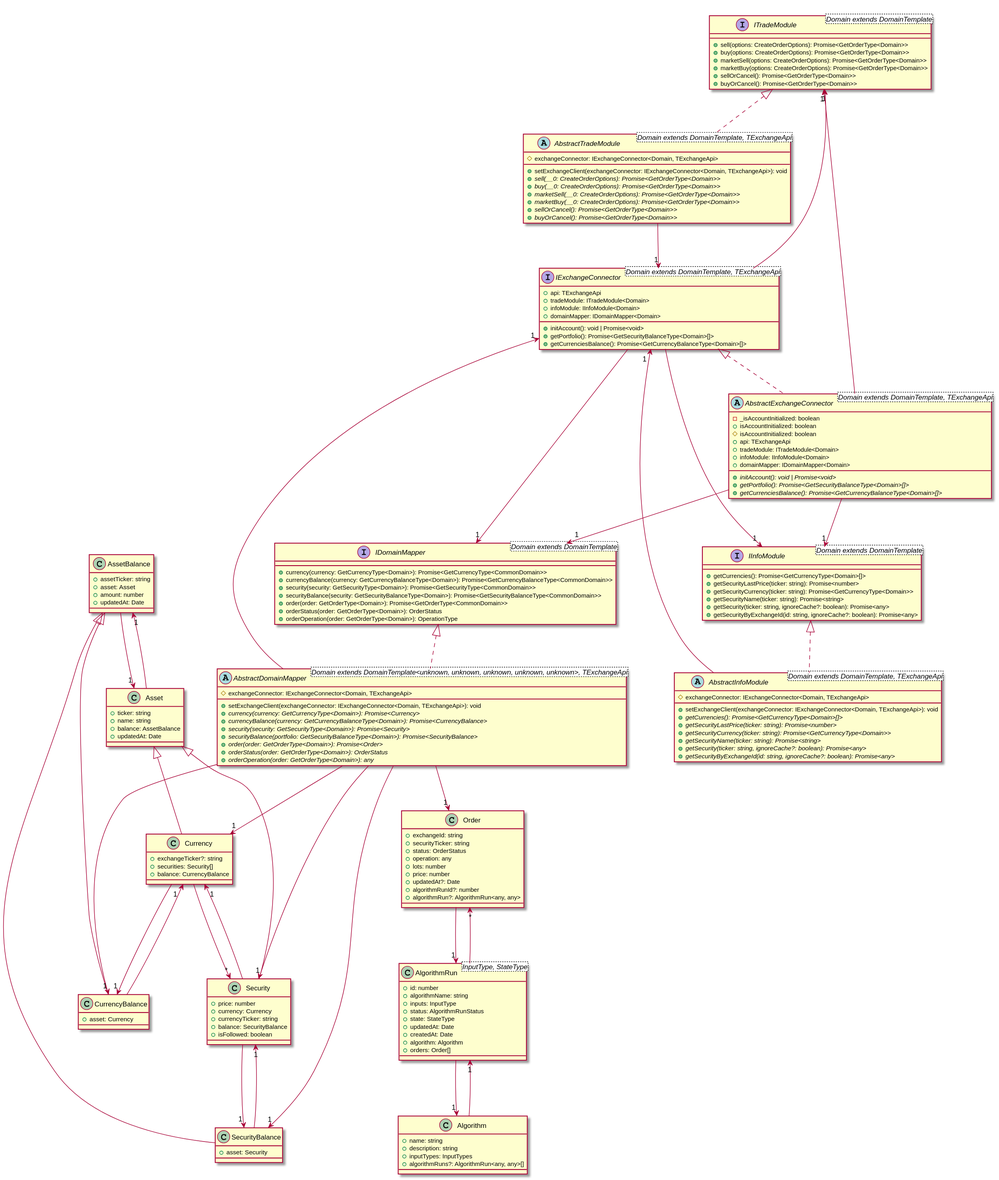
Earlier version of the PlantUML export .docs/public/diagrams/domain.svg (d0rich/tradeb0t).
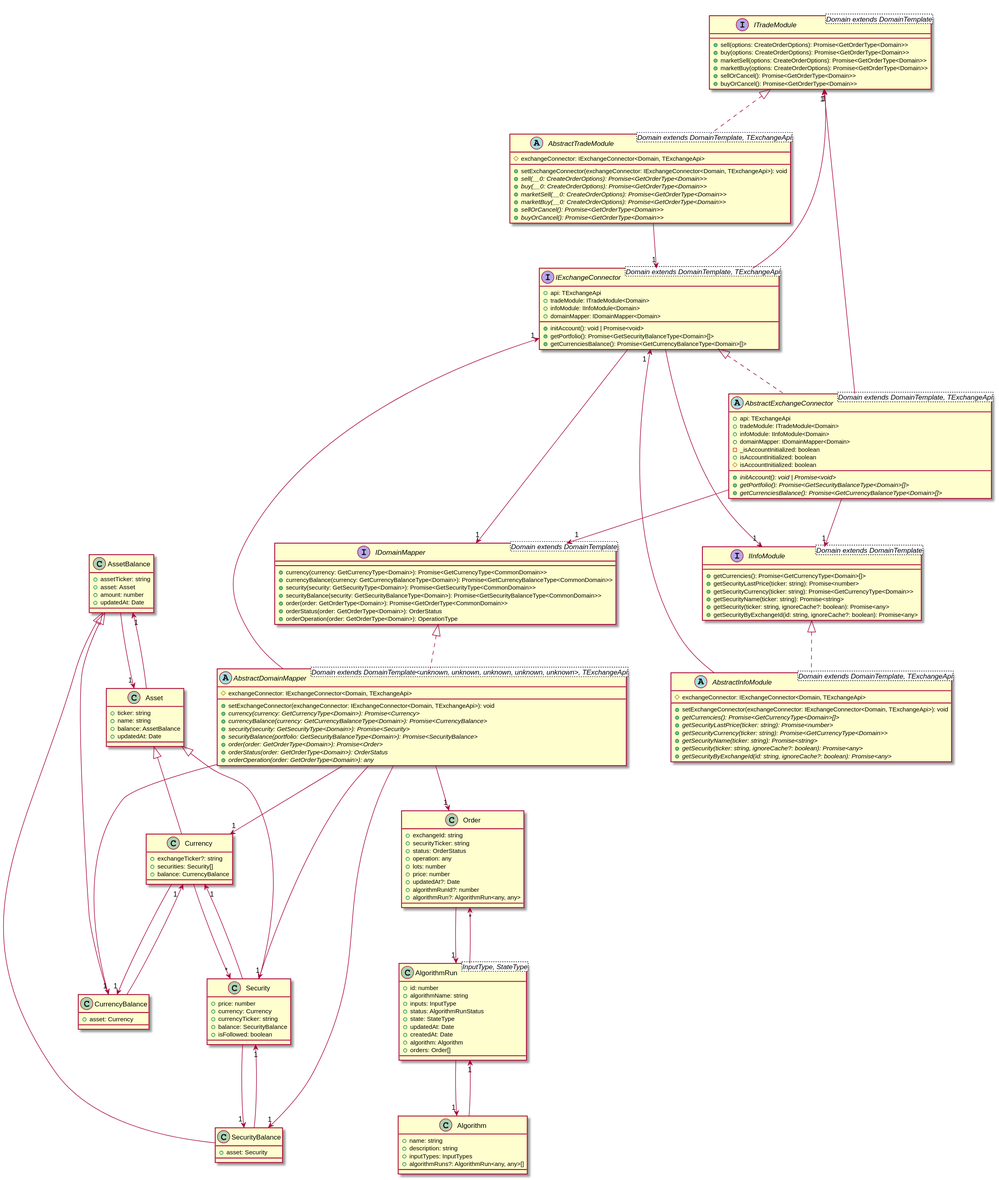
The same file after the commit.

What changed in the source:
```diff
@@ -26,7 +26,7 @@
 }
 abstract class AbstractTradeModule<Domain extends DomainTemplate, TExchangeApi> implements ITradeModule {
     #exchangeConnector: IExchangeConnector<Domain, TExchangeApi>
-    +setExchangeClient(exchangeConnector: IExchangeConnector<Domain, TExchangeApi>): void
+    +setExchangeConnector(exchangeConnector: IExchangeConnector<Domain, TExchangeApi>): void
     +{abstract} sell(__0: CreateOrderOptions): Promise<GetOrderType<Domain>>
     +{abstract} buy(__0: CreateOrderOptions): Promise<GetOrderType<Domain>>
     +{abstract} marketSell(__0: CreateOrderOptions): Promise<GetOrderType<Domain>>
@@ -36,7 +36,7 @@
 }
 abstract class AbstractInfoModule<Domain extends DomainTemplate, TExchangeApi> implements IInfoModule {
     #exchangeConnector: IExchangeConnector<Domain, TExchangeApi>
-    +setExchangeClient(exchangeConnector: IExchangeConnector<Domain, TExchangeApi>): void
+    +setExchangeConnector(exchangeConnector: IExchangeConnector<Domain, TExchangeApi>): void
     +{abstract} getCurrencies(): Promise<GetCurrencyType<Domain>[]>
     +{abstract} getSecurityLastPrice(ticker: string): Promise<number>
     +{abstract} getSecurityCurrency(ticker: string): Promise<GetCurrencyType<Domain>>
@@ -45,9 +45,6 @@
     +{abstract} getSecurityByExchangeId(id: string, ignoreCache?: boolean): Promise<any>
 }
 abstract class AbstractExchangeConnector<Domain extends DomainTemplate, TExchangeApi> implements IExchangeConnector {
-    -_isAccountInitialized: boolean
-    +isAccountInitialized: boolean
-    #isAccountInitialized: boolean
     +api: TExchangeApi
     +tradeModule: ITradeModule<Domain>
     +infoModule: IInfoModule<Domain>
@@ -55,6 +52,9 @@
     +{abstract} initAccount(): void | Promise<void>
     +{abstract} getPortfolio(): Promise<GetSecurityBalanceType<Domain>[]>
     +{abstract} getCurrenciesBalance(): Promise<GetCurrencyBalanceType<Domain>[]>
+    -_isAccountInitialized: boolean
+    +isAccountInitialized: boolean
+    #isAccountInitialized: boolean
 }
 class Algorithm {
     +name: string
@@ -116,7 +116,7 @@
 }
 abstract class AbstractDomainMapper<Domain extends DomainTemplate<unknown, unknown, unknown, unknown, unknown>, TExchangeApi> implements IDomainMapper {
     #exchangeConnector: IExchangeConnector<Domain, TExchangeApi>
-    +setExchangeClient(exchangeConnector: IExchangeConnector<Domain, TExchangeApi>): void
+    +setExchangeConnector(exchangeConnector: IExchangeConnector<Domain, TExchangeApi>): void
     +{abstract} currency(currency: GetCurrencyType<Domain>): Promise<Currency>
     +{abstract} currencyBalance(currency: GetCurrencyBalanceType<Domain>): Promise<CurrencyBalance>
     +{abstract} security(security: GetSecurityType<Domain>): Promise<Security>
```
